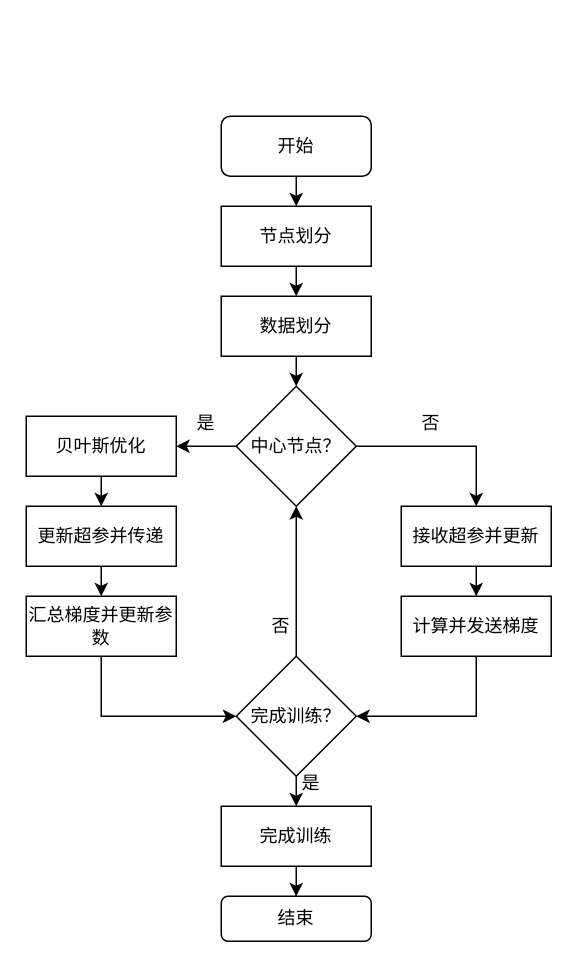
The draw.io diagram pictures/Untitled Diagram.drawio in jacmule/drwaIO, before the edit. Source tidied: cells renumbered, new cells numbered last; positions are measured from the earlier drawing's top-left corner, leaving out a move shared by most shapes. Both pictures are drawn from the tidied source at 150%, with x=0, y=0 at pixel (26, 116).
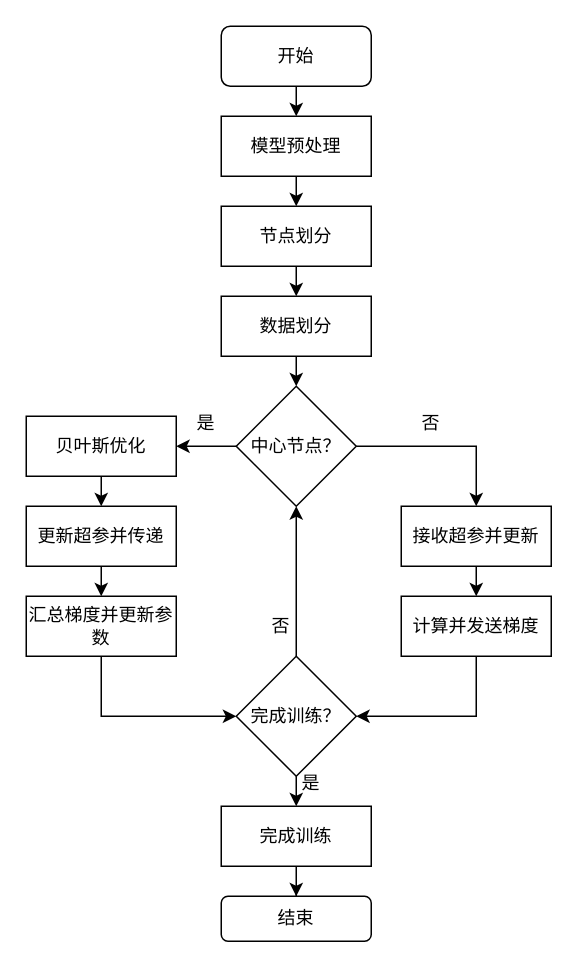
Above is the later version.

The change refers to these unchanged cells:
```xml
<mxCell id="5" value="节点划分" style="rounded=0;whiteSpace=wrap;html=1;" parent="1" vertex="1">
  <mxGeometry x="130" y="60" width="100" height="40" as="geometry" />
</mxCell>
```

What changed in the source:
```diff
@@
-    <mxCell id="2" style="edgeStyle=orthogonalEdgeStyle;rounded=0;jettySize=auto;html=1;exitX=0.5;exitY=1;exitDx=0;exitDy=0;entryX=0.5;entryY=0;entryDx=0;entryDy=0;" parent="1" edge="1" source="3" target="5">
-      <mxGeometry relative="1" as="geometry" />
-    </mxCell>
+    <mxCell id="31" style="edgeStyle=orthogonalEdgeStyle;rounded=0;jettySize=auto;html=1;exitX=0.5;exitY=1;exitDx=0;exitDy=0;entryX=0.5;entryY=0;entryDx=0;entryDy=0;" parent="1" edge="1" source="3" target="33">
+      <mxGeometry relative="1" as="geometry" />
+    </mxCell>
     <mxCell id="3" value="开始" style="rounded=1;whiteSpace=wrap;html=1;" parent="1" vertex="1">
-      <mxGeometry x="130" width="100" height="40" as="geometry" />
+      <mxGeometry x="130" y="-60" width="100" height="40" as="geometry" />
     </mxCell>
@@
+    <mxCell id="32" style="edgeStyle=orthogonalEdgeStyle;rounded=0;jettySize=auto;html=1;exitX=0.5;exitY=1;exitDx=0;exitDy=0;entryX=0.5;entryY=0;entryDx=0;entryDy=0;" parent="1" edge="1" source="33" target="5">
+      <mxGeometry relative="1" as="geometry" />
+    </mxCell>
+    <mxCell id="33" value="模型预处理" style="rounded=0;whiteSpace=wrap;html=1;" parent="1" vertex="1">
+      <mxGeometry x="130" width="100" height="40" as="geometry" />
+    </mxCell>
```
